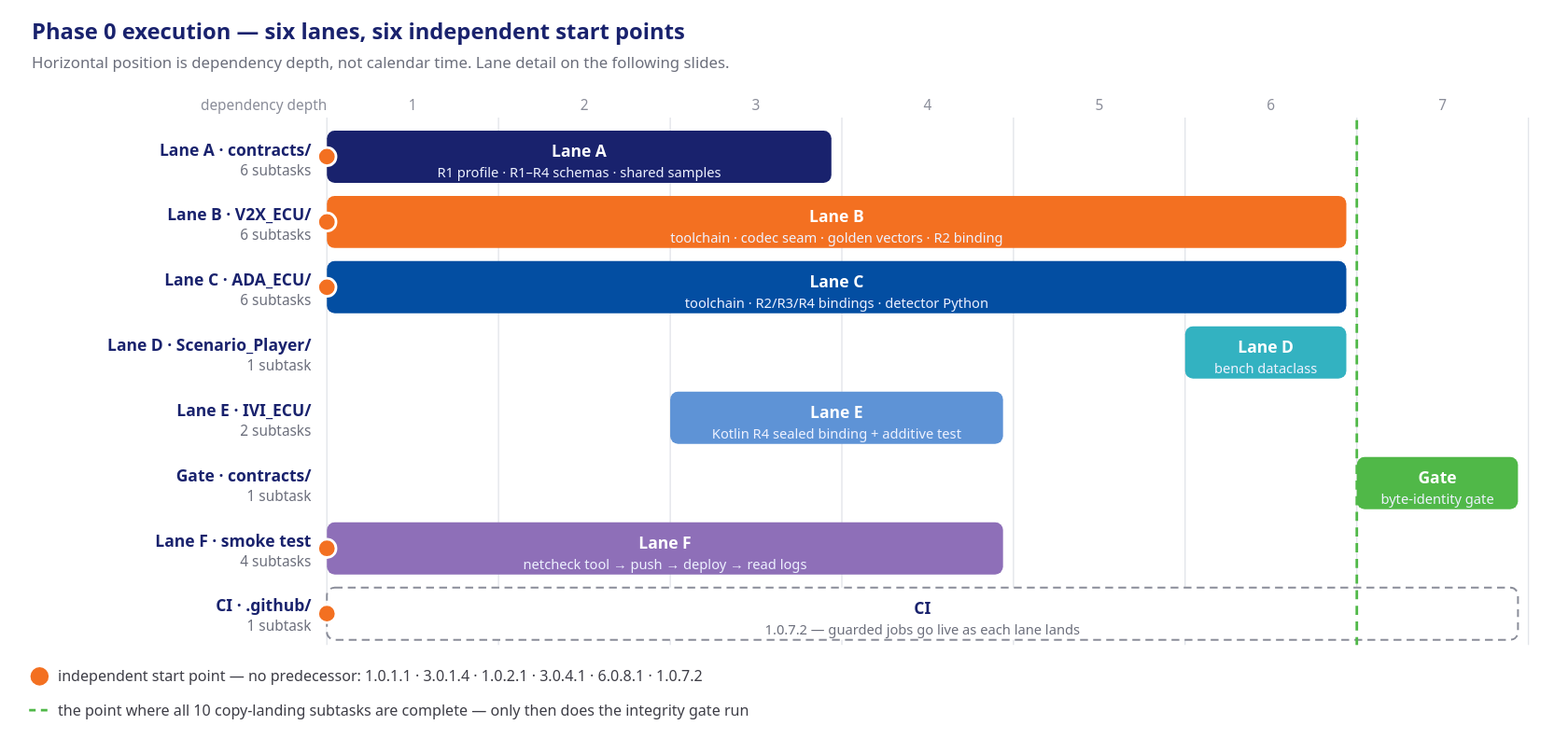
This is presentation/assets/phase0-exec-overview.svg from mnpham2101/FPT-Hackathon2026, a draw.io export, as it was before one commit. Source tidied: cells renumbered, new cells last; positions are measured from the earlier drawing's top-left corner, leaving out a move shared by most shapes.
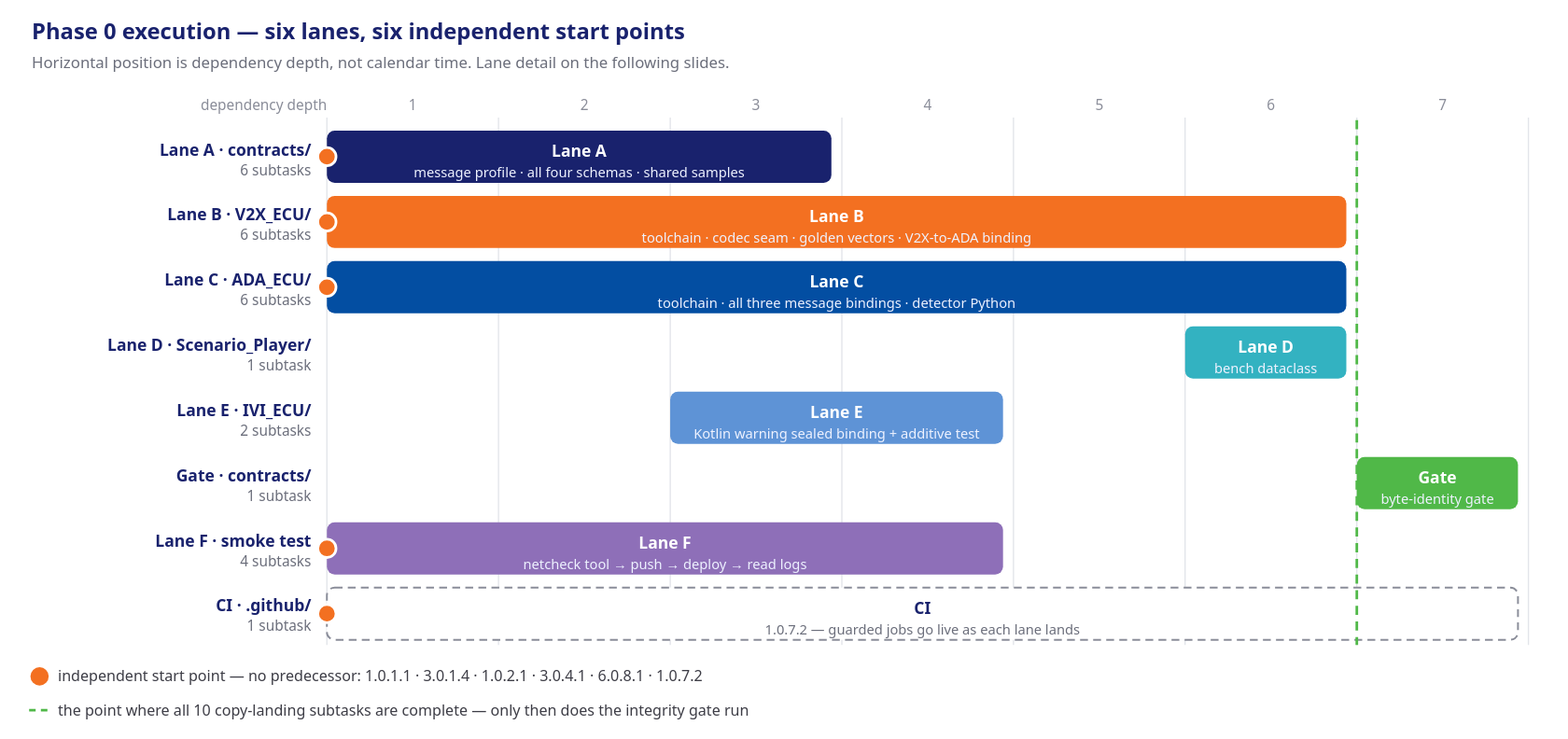
Above is the later version.

Change to the diagram source:
```diff
@@ -44,7 +44,7 @@
     <mxCell id="15" value="6 subtasks" style="text;html=1;align=right;verticalAlign=middle;fontSize=10;fontColor=#6b6e7b;" parent="1" vertex="1">
       <mxGeometry x="160" y="110" width="58" height="16" as="geometry" />
     </mxCell>
-    <mxCell id="16" value="&lt;b&gt;Lane A&lt;/b&gt;&lt;br&gt;R1 profile · R1–R4 schemas · shared samples" style="rounded=1;whiteSpace=wrap;html=1;fillColor=#19226D;strokeColor=none;fontColor=#ffffff;fontSize=11;" parent="1" vertex="1">
+    <mxCell id="16" value="&lt;b&gt;Lane A&lt;/b&gt;&lt;br&gt;message profile · all four schemas · shared samples" style="rounded=1;whiteSpace=wrap;html=1;fillColor=#19226D;strokeColor=none;fontColor=#ffffff;fontSize=11;" parent="1" vertex="1">
       <mxGeometry x="230" y="87" width="386.3" height="40" as="geometry" />
     </mxCell>
     <mxCell id="17" value="Lane B · V2X_ECU/" style="text;html=1;align=right;verticalAlign=middle;fontSize=12;fontColor=#19226D;fontStyle=1;" parent="1" vertex="1">
@@ -53,7 +53,7 @@
     <mxCell id="18" value="6 subtasks" style="text;html=1;align=right;verticalAlign=middle;fontSize=10;fontColor=#6b6e7b;" parent="1" vertex="1">
       <mxGeometry x="160" y="160" width="58" height="16" as="geometry" />
     </mxCell>
-    <mxCell id="19" value="&lt;b&gt;Lane B&lt;/b&gt;&lt;br&gt;toolchain · codec seam · golden vectors · R2 binding" style="rounded=1;whiteSpace=wrap;html=1;fillColor=#F37021;strokeColor=none;fontColor=#ffffff;fontSize=11;" parent="1" vertex="1">
+    <mxCell id="19" value="&lt;b&gt;Lane B&lt;/b&gt;&lt;br&gt;toolchain · codec seam · golden vectors · V2X-to-ADA binding" style="rounded=1;whiteSpace=wrap;html=1;fillColor=#F37021;strokeColor=none;fontColor=#ffffff;fontSize=11;" parent="1" vertex="1">
       <mxGeometry x="230" y="137" width="780.6" height="40" as="geometry" />
     </mxCell>
     <mxCell id="20" value="Lane C · ADA_ECU/" style="text;html=1;align=right;verticalAlign=middle;fontSize=12;fontColor=#19226D;fontStyle=1;" parent="1" vertex="1">
@@ -62,7 +62,7 @@
     <mxCell id="21" value="6 subtasks" style="text;html=1;align=right;verticalAlign=middle;fontSize=10;fontColor=#6b6e7b;" parent="1" vertex="1">
       <mxGeometry x="160" y="210" width="58" height="16" as="geometry" />
     </mxCell>
-    <mxCell id="22" value="&lt;b&gt;Lane C&lt;/b&gt;&lt;br&gt;toolchain · R2/R3/R4 bindings · detector Python" style="rounded=1;whiteSpace=wrap;html=1;fillColor=#034EA2;strokeColor=none;fontColor=#ffffff;fontSize=11;" parent="1" vertex="1">
+    <mxCell id="22" value="&lt;b&gt;Lane C&lt;/b&gt;&lt;br&gt;toolchain · all three message bindings · detector Python" style="rounded=1;whiteSpace=wrap;html=1;fillColor=#034EA2;strokeColor=none;fontColor=#ffffff;fontSize=11;" parent="1" vertex="1">
       <mxGeometry x="230" y="187" width="780.6" height="40" as="geometry" />
     </mxCell>
     <mxCell id="23" value="Lane D · Scenario_Player/" style="text;html=1;align=right;verticalAlign=middle;fontSize=12;fontColor=#19226D;fontStyle=1;" parent="1" vertex="1">
@@ -80,7 +80,7 @@
     <mxCell id="27" value="2 subtasks" style="text;html=1;align=right;verticalAlign=middle;fontSize=10;fontColor=#6b6e7b;" parent="1" vertex="1">
       <mxGeometry x="160" y="310" width="58" height="16" as="geometry" />
     </mxCell>
-    <mxCell id="28" value="&lt;b&gt;Lane E&lt;/b&gt;&lt;br&gt;Kotlin R4 sealed binding + additive test" style="rounded=1;whiteSpace=wrap;html=1;fillColor=#5E93D6;strokeColor=none;fontColor=#ffffff;fontSize=11;" parent="1" vertex="1">
+    <mxCell id="28" value="&lt;b&gt;Lane E&lt;/b&gt;&lt;br&gt;Kotlin warning sealed binding + additive test" style="rounded=1;whiteSpace=wrap;html=1;fillColor=#5E93D6;strokeColor=none;fontColor=#ffffff;fontSize=11;" parent="1" vertex="1">
       <mxGeometry x="492.9" y="287" width="254.9" height="40" as="geometry" />
     </mxCell>
     <mxCell id="29" value="Gate · contracts/" style="text;html=1;align=right;verticalAlign=middle;fontSize=12;fontColor=#19226D;fontStyle=1;" parent="1" vertex="1">
```
